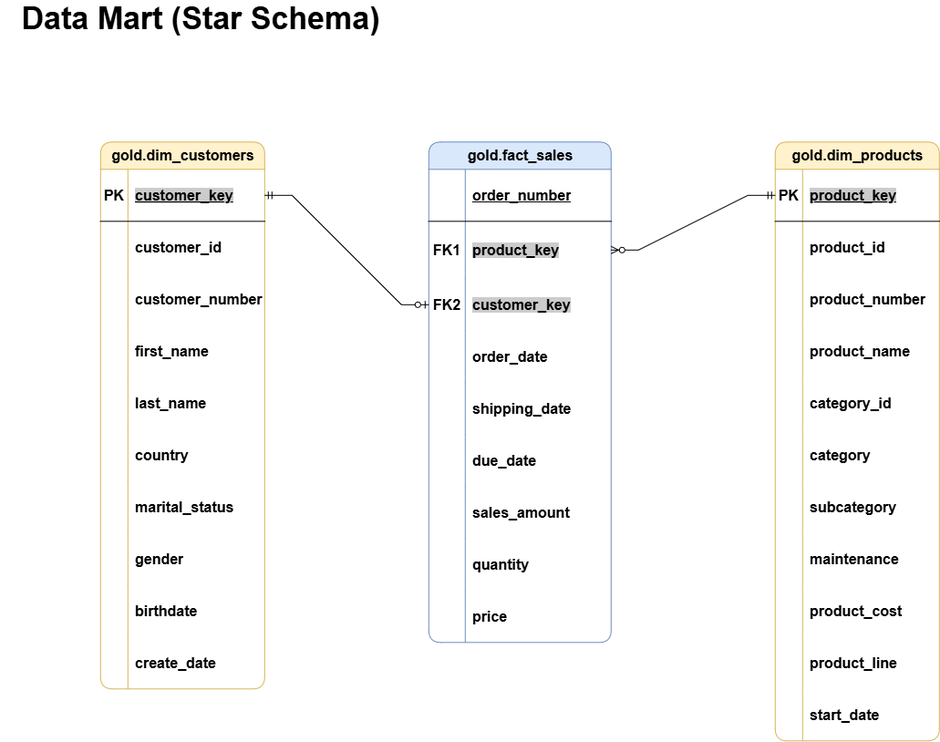
This is docs/data_model.png from SerhatYoldoruk/sql-dwh-project, a draw.io export, as it was before one commit. Source tidied: cells renumbered, new cells last; positions are measured from the earlier drawing's top-left corner, leaving out a move shared by most shapes.
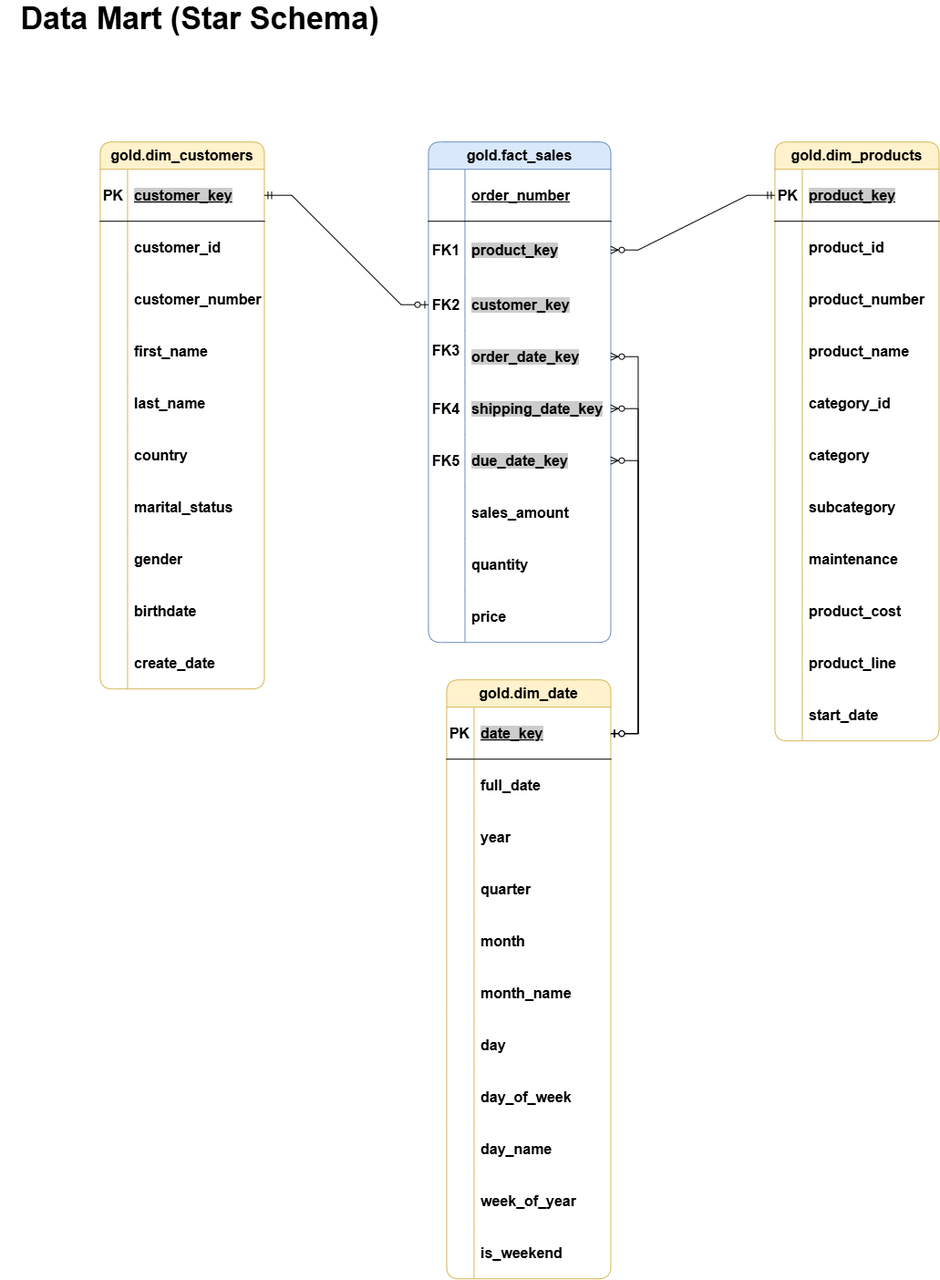
The same file after the commit.

Commit message:
Add dim_date role-playing dimension and wire fact_sales date keys

The edit, as a diff of the source:
```diff
@@ -1,8 +1,8 @@
-<mxGraphModel>
+<mxGraphModel background="light-dark(#ffffff, #121212)">
   <root>
     <mxCell id="0" />
     <mxCell id="1" parent="0" />
-    <mxCell id="2" value="gold.dim_customers" style="shape=table;startSize=30;rowLines=0;fontStyle=1;align=center;html=1;fillColor=#fff2cc;strokeColor=#d6b656;fontSize=16;rounded=1;" parent="1" vertex="1">
+    <mxCell id="2" value="gold.dim_customers" style="shape=table;startSize=30;rowLines=0;fontStyle=1;align=center;html=1;fontSize=16;rounded=1;fillColor=#fff2cc;strokeColor=#d6b656;" parent="1" vertex="1">
       <mxGeometry x="110" y="150" width="180" height="600" as="geometry" />
     </mxCell>
     <mxCell id="3" style="shape=tableRow;horizontal=0;startSize=0;swimlaneHead=0;swimlaneBody=0;fillColor=none;points=[[0,0.5],[1,0.5]];portConstraint=eastwest;top=0;left=0;right=0;bottom=1;fontSize=16;" parent="2" vertex="1">
@@ -233,25 +233,25 @@
     <mxCell id="78" style="shape=partialRectangle;fillColor=none;top=0;left=0;bottom=0;right=0;overflow=hidden;whiteSpace=wrap;html=1;fontSize=16;" parent="77" vertex="1">
       <mxGeometry width="40" height="57" as="geometry" />
     </mxCell>
-    <mxCell id="79" value="order_date" style="shape=partialRectangle;fillColor=none;top=0;left=0;bottom=0;right=0;align=left;spacingLeft=6;overflow=hidden;whiteSpace=wrap;html=1;fontSize=16;fontStyle=1;" parent="77" vertex="1">
+    <mxCell id="79" value="&lt;span style=&quot;background-color: rgb(204, 204, 204);&quot;&gt;order_date_key&lt;/span&gt;" style="shape=partialRectangle;fillColor=none;top=0;left=0;bottom=0;right=0;align=left;spacingLeft=6;overflow=hidden;whiteSpace=wrap;html=1;fontSize=16;fontStyle=1;" parent="77" vertex="1">
       <mxGeometry x="40" width="160" height="57" as="geometry" />
     </mxCell>
     <mxCell id="80" style="shape=tableRow;horizontal=0;startSize=0;swimlaneHead=0;swimlaneBody=0;fillColor=none;points=[[0,0.5],[1,0.5]];portConstraint=eastwest;top=0;left=0;right=0;bottom=0;fontSize=16;" parent="67" vertex="1">
       <mxGeometry y="264" width="200" height="57" as="geometry" />
     </mxCell>
-    <mxCell id="81" style="shape=partialRectangle;fillColor=none;top=0;left=0;bottom=0;right=0;overflow=hidden;whiteSpace=wrap;html=1;fontSize=16;" parent="80" vertex="1">
+    <mxCell id="81" value="&lt;b&gt;FK4&lt;/b&gt;" style="shape=partialRectangle;fillColor=none;top=0;left=0;bottom=0;right=0;overflow=hidden;whiteSpace=wrap;html=1;fontSize=16;" parent="80" vertex="1">
       <mxGeometry width="40" height="57" as="geometry" />
     </mxCell>
-    <mxCell id="82" value="shipping_date" style="shape=partialRectangle;fillColor=none;top=0;left=0;bottom=0;right=0;align=left;spacingLeft=6;overflow=hidden;whiteSpace=wrap;html=1;fontSize=16;fontStyle=1;" parent="80" vertex="1">
+    <mxCell id="82" value="&lt;span style=&quot;background-color: rgb(204, 204, 204);&quot;&gt;shipping_date_key&lt;/span&gt;" style="shape=partialRectangle;fillColor=none;top=0;left=0;bottom=0;right=0;align=left;spacingLeft=6;overflow=hidden;whiteSpace=wrap;html=1;fontSize=16;fontStyle=1;" parent="80" vertex="1">
       <mxGeometry x="40" width="160" height="57" as="geometry" />
     </mxCell>
     <mxCell id="83" style="shape=tableRow;horizontal=0;startSize=0;swimlaneHead=0;swimlaneBody=0;fillColor=none;points=[[0,0.5],[1,0.5]];portConstraint=eastwest;top=0;left=0;right=0;bottom=0;fontSize=16;" parent="67" vertex="1">
       <mxGeometry y="321" width="200" height="57" as="geometry" />
     </mxCell>
-    <mxCell id="84" style="shape=partialRectangle;fillColor=none;top=0;left=0;bottom=0;right=0;overflow=hidden;whiteSpace=wrap;html=1;fontSize=16;" parent="83" vertex="1">
+    <mxCell id="84" value="&lt;b&gt;FK5&lt;/b&gt;" style="shape=partialRectangle;fillColor=none;top=0;left=0;bottom=0;right=0;overflow=hidden;whiteSpace=wrap;html=1;fontSize=16;" parent="83" vertex="1">
       <mxGeometry width="40" height="57" as="geometry" />
     </mxCell>
-    <mxCell id="85" value="due_date" style="shape=partialRectangle;fillColor=none;top=0;left=0;bottom=0;right=0;align=left;spacingLeft=6;overflow=hidden;whiteSpace=wrap;html=1;fontSize=16;fontStyle=1;" parent="83" vertex="1">
+    <mxCell id="85" value="&lt;span style=&quot;background-color: rgb(204, 204, 204);&quot;&gt;due_date_key&lt;/span&gt;" style="shape=partialRectangle;fillColor=none;top=0;left=0;bottom=0;right=0;align=left;spacingLeft=6;overflow=hidden;whiteSpace=wrap;html=1;fontSize=16;fontStyle=1;" parent="83" vertex="1">
       <mxGeometry x="40" width="160" height="57" as="geometry" />
     </mxCell>
     <mxCell id="86" style="shape=tableRow;horizontal=0;startSize=0;swimlaneHead=0;swimlaneBody=0;fillColor=none;top=0;left=0;right=0;bottom=0;fontSize=16;" parent="67" vertex="1">
@@ -290,5 +290,125 @@
     <mxCell id="97" value="&lt;font style=&quot;font-size: 34px;&quot;&gt;&lt;b&gt;Data Mart (Star Schema)&lt;/b&gt;&lt;/font&gt;" style="text;html=1;whiteSpace=wrap;strokeColor=none;fillColor=none;align=center;verticalAlign=middle;rounded=0;" parent="1" vertex="1">
       <mxGeometry width="440" height="30" as="geometry" />
     </mxCell>
+    <mxCell id="98" value="gold.dim_date" style="shape=table;startSize=30;rowLines=0;fontStyle=1;align=center;html=1;fontSize=16;rounded=1;fillColor=#fff2cc;strokeColor=#d6b656;" parent="1" vertex="1">
+      <mxGeometry x="490" y="740" width="180" height="657" as="geometry" />
+    </mxCell>
+    <mxCell id="99" style="shape=tableRow;horizontal=0;startSize=0;swimlaneHead=0;swimlaneBody=0;fillColor=none;top=0;left=0;right=0;bottom=1;fontSize=16;" parent="98" vertex="1">
+      <mxGeometry y="30" width="180" height="57" as="geometry" />
+    </mxCell>
+    <mxCell id="100" value="PK" style="shape=partialRectangle;fillColor=none;top=0;left=0;bottom=0;right=0;fontStyle=1;overflow=hidden;whiteSpace=wrap;html=1;fontSize=16;" parent="99" vertex="1">
+      <mxGeometry width="30" height="57" as="geometry" />
+    </mxCell>
+    <mxCell id="101" value="&lt;span style=&quot;background-color: rgb(204, 204, 204);&quot;&gt;date_key&lt;/span&gt;" style="shape=partialRectangle;fillColor=none;top=0;left=0;bottom=0;right=0;align=left;spacingLeft=6;fontStyle=5;overflow=hidden;whiteSpace=wrap;html=1;fontSize=16;" parent="99" vertex="1">
+      <mxGeometry x="30" width="150" height="57" as="geometry" />
+    </mxCell>
+    <mxCell id="102" style="shape=tableRow;horizontal=0;startSize=0;swimlaneHead=0;swimlaneBody=0;fillColor=none;top=0;left=0;right=0;bottom=0;fontSize=16;" parent="98" vertex="1">
+      <mxGeometry y="87" width="180" height="57" as="geometry" />
+    </mxCell>
+    <mxCell id="103" style="shape=partialRectangle;fillColor=none;top=0;left=0;bottom=0;right=0;overflow=hidden;whiteSpace=wrap;html=1;fontSize=16;" parent="102" vertex="1">
+      <mxGeometry width="30" height="57" as="geometry" />
+    </mxCell>
+    <mxCell id="104" value="full_date" style="shape=partialRectangle;fillColor=none;top=0;left=0;bottom=0;right=0;align=left;spacingLeft=6;overflow=hidden;whiteSpace=wrap;html=1;fontSize=16;fontStyle=1;" parent="102" vertex="1">
+      <mxGeometry x="30" width="150" height="57" as="geometry" />
+    </mxCell>
+    <mxCell id="105" style="shape=tableRow;horizontal=0;startSize=0;swimlaneHead=0;swimlaneBody=0;fillColor=none;top=0;left=0;right=0;bottom=0;fontSize=16;" parent="98" vertex="1">
+      <mxGeometry y="144" width="180" height="57" as="geometry" />
+    </mxCell>
+    <mxCell id="106" style="shape=partialRectangle;fillColor=none;top=0;left=0;bottom=0;right=0;overflow=hidden;whiteSpace=wrap;html=1;fontSize=16;" parent="105" vertex="1">
+      <mxGeometry width="30" height="57" as="geometry" />
+    </mxCell>
+    <mxCell id="107" value="year" style="shape=partialRectangle;fillColor=none;top=0;left=0;bottom=0;right=0;align=left;spacingLeft=6;overflow=hidden;whiteSpace=wrap;html=1;fontSize=16;fontStyle=1;" parent="105" vertex="1">
+      <mxGeometry x="30" width="150" height="57" as="geometry" />
+    </mxCell>
+    <mxCell id="108" style="shape=tableRow;horizontal=0;startSize=0;swimlaneHead=0;swimlaneBody=0;fillColor=none;top=0;left=0;right=0;bottom=0;fontSize=16;" parent="98" vertex="1">
+      <mxGeometry y="201" width="180" height="57" as="geometry" />
+    </mxCell>
+    <mxCell id="109" style="shape=partialRectangle;fillColor=none;top=0;left=0;bottom=0;right=0;overflow=hidden;whiteSpace=wrap;html=1;fontSize=16;" parent="108" vertex="1">
+      <mxGeometry width="30" height="57" as="geometry" />
+    </mxCell>
+    <mxCell id="110" value="quarter" style="shape=partialRectangle;fillColor=none;top=0;left=0;bottom=0;right=0;align=left;spacingLeft=6;overflow=hidden;whiteSpace=wrap;html=1;fontSize=16;fontStyle=1;" parent="108" vertex="1">
+      <mxGeometry x="30" width="150" height="57" as="geometry" />
+    </mxCell>
+    <mxCell id="111" style="shape=tableRow;horizontal=0;startSize=0;swimlaneHead=0;swimlaneBody=0;fillColor=none;top=0;left=0;right=0;bottom=0;fontSize=16;" parent="98" vertex="1">
+      <mxGeometry y="258" width="180" height="57" as="geometry" />
+    </mxCell>
+    <mxCell id="112" style="shape=partialRectangle;fillColor=none;top=0;left=0;bottom=0;right=0;overflow=hidden;whiteSpace=wrap;html=1;fontSize=16;" parent="111" vertex="1">
+      <mxGeometry width="30" height="57" as="geometry" />
+    </mxCell>
+    <mxCell id="113" value="month" style="shape=partialRectangle;fillColor=none;top=0;left=0;bottom=0;right=0;align=left;spacingLeft=6;overflow=hidden;whiteSpace=wrap;html=1;fontSize=16;fontStyle=1;" parent="111" vertex="1">
+      <mxGeometry x="30" width="150" height="57" as="geometry" />
+    </mxCell>
+    <mxCell id="114" style="shape=tableRow;horizontal=0;startSize=0;swimlaneHead=0;swimlaneBody=0;fillColor=none;top=0;left=0;right=0;bottom=0;fontSize=16;" parent="98" vertex="1">
+      <mxGeometry y="315" width="180" height="57" as="geometry" />
+    </mxCell>
+    <mxCell id="115" style="shape=partialRectangle;fillColor=none;top=0;left=0;bottom=0;right=0;overflow=hidden;whiteSpace=wrap;html=1;fontSize=16;" parent="114" vertex="1">
+      <mxGeometry width="30" height="57" as="geometry" />
+    </mxCell>
+    <mxCell id="116" value="month_name" style="shape=partialRectangle;fillColor=none;top=0;left=0;bottom=0;right=0;align=left;spacingLeft=6;overflow=hidden;whiteSpace=wrap;html=1;fontSize=16;fontStyle=1;" parent="114" vertex="1">
+      <mxGeometry x="30" width="150" height="57" as="geometry" />
+    </mxCell>
+    <mxCell id="117" style="shape=tableRow;horizontal=0;startSize=0;swimlaneHead=0;swimlaneBody=0;fillColor=none;top=0;left=0;right=0;bottom=0;fontSize=16;" parent="98" vertex="1">
+      <mxGeometry y="372" width="180" height="57" as="geometry" />
+    </mxCell>
+    <mxCell id="118" style="shape=partialRectangle;fillColor=none;top=0;left=0;bottom=0;right=0;overflow=hidden;whiteSpace=wrap;html=1;fontSize=16;" parent="117" vertex="1">
+      <mxGeometry width="30" height="57" as="geometry" />
+    </mxCell>
+    <mxCell id="119" value="day" style="shape=partialRectangle;fillColor=none;top=0;left=0;bottom=0;right=0;align=left;spacingLeft=6;overflow=hidden;whiteSpace=wrap;html=1;fontSize=16;fontStyle=1;" parent="117" vertex="1">
+      <mxGeometry x="30" width="150" height="57" as="geometry" />
+    </mxCell>
+    <mxCell id="120" style="shape=tableRow;horizontal=0;startSize=0;swimlaneHead=0;swimlaneBody=0;fillColor=none;top=0;left=0;right=0;bottom=0;fontSize=16;" parent="98" vertex="1">
+      <mxGeometry y="429" width="180" height="57" as="geometry" />
+    </mxCell>
+    <mxCell id="121" style="shape=partialRectangle;fillColor=none;top=0;left=0;bottom=0;right=0;overflow=hidden;whiteSpace=wrap;html=1;fontSize=16;" parent="120" vertex="1">
+      <mxGeometry width="30" height="57" as="geometry" />
+    </mxCell>
+    <mxCell id="122" value="day_of_week" style="shape=partialRectangle;fillColor=none;top=0;left=0;bottom=0;right=0;align=left;spacingLeft=6;overflow=hidden;whiteSpace=wrap;html=1;fontSize=16;fontStyle=1;" parent="120" vertex="1">
+      <mxGeometry x="30" width="150" height="57" as="geometry" />
+    </mxCell>
+    <mxCell id="123" style="shape=tableRow;horizontal=0;startSize=0;swimlaneHead=0;swimlaneBody=0;fillColor=none;top=0;left=0;right=0;bottom=0;fontSize=16;" parent="98" vertex="1">
+      <mxGeometry y="486" width="180" height="57" as="geometry" />
+    </mxCell>
+    <mxCell id="124" style="shape=partialRectangle;fillColor=none;top=0;left=0;bottom=0;right=0;overflow=hidden;whiteSpace=wrap;html=1;fontSize=16;" parent="123" vertex="1">
+      <mxGeometry width="30" height="57" as="geometry" />
+    </mxCell>
+    <mxCell id="125" value="day_name" style="shape=partialRectangle;fillColor=none;top=0;left=0;bottom=0;right=0;align=left;spacingLeft=6;overflow=hidden;whiteSpace=wrap;html=1;fontSize=16;fontStyle=1;" parent="123" vertex="1">
+      <mxGeometry x="30" width="150" height="57" as="geometry" />
+    </mxCell>
+    <mxCell id="126" style="shape=tableRow;horizontal=0;startSize=0;swimlaneHead=0;swimlaneBody=0;fillColor=none;top=0;left=0;right=0;bottom=0;fontSize=16;" parent="98" vertex="1">
+      <mxGeometry y="543" width="180" height="57" as="geometry" />
+    </mxCell>
+    <mxCell id="127" style="shape=partialRectangle;fillColor=none;top=0;left=0;bottom=0;right=0;overflow=hidden;whiteSpace=wrap;html=1;fontSize=16;" parent="126" vertex="1">
+      <mxGeometry width="30" height="57" as="geometry" />
+    </mxCell>
+    <mxCell id="128" value="week_of_year" style="shape=partialRectangle;fillColor=none;top=0;left=0;bottom=0;right=0;align=left;spacingLeft=6;overflow=hidden;whiteSpace=wrap;html=1;fontSize=16;fontStyle=1;" parent="126" vertex="1">
+      <mxGeometry x="30" width="150" height="57" as="geometry" />
+    </mxCell>
+    <mxCell id="129" style="shape=tableRow;horizontal=0;startSize=0;swimlaneHead=0;swimlaneBody=0;fillColor=none;top=0;left=0;right=0;bottom=0;fontSize=16;" parent="98" vertex="1">
+      <mxGeometry y="600" width="180" height="57" as="geometry" />
+    </mxCell>
+    <mxCell id="130" style="shape=partialRectangle;fillColor=none;top=0;left=0;bottom=0;right=0;overflow=hidden;whiteSpace=wrap;html=1;fontSize=16;" parent="129" vertex="1">
+      <mxGeometry width="30" height="57" as="geometry" />
+    </mxCell>
+    <mxCell id="131" value="is_weekend" style="shape=partialRectangle;fillColor=none;top=0;left=0;bottom=0;right=0;align=left;spacingLeft=6;overflow=hidden;whiteSpace=wrap;html=1;fontSize=16;fontStyle=1;" parent="129" vertex="1">
+      <mxGeometry x="30" width="150" height="57" as="geometry" />
+    </mxCell>
+    <mxCell id="132" value="FK3" style="shape=partialRectangle;fillColor=none;top=0;left=0;bottom=0;right=0;overflow=hidden;whiteSpace=wrap;html=1;fontSize=16;fontStyle=1;" parent="1" vertex="1">
+      <mxGeometry x="470" y="350" width="40" height="57" as="geometry" />
+    </mxCell>
+    <mxCell id="133" style="edgeStyle=entityRelationEdgeStyle;fontSize=12;html=1;endArrow=ERzeroToMany;startArrow=ERzeroToOne;rounded=0;strokeColor=default;align=center;verticalAlign=middle;fontFamily=Helvetica;fontColor=default;labelBackgroundColor=default;entryX=1;entryY=0.5;entryDx=0;entryDy=0;" parent="1" edge="1" target="77">
+      <mxGeometry relative="1" as="geometry">
+        <mxPoint x="670" y="799" as="sourcePoint" />
+      </mxGeometry>
+    </mxCell>
+    <mxCell id="134" style="edgeStyle=entityRelationEdgeStyle;fontSize=12;html=1;endArrow=ERzeroToMany;startArrow=ERzeroToOne;rounded=0;strokeColor=default;align=center;verticalAlign=middle;fontFamily=Helvetica;fontColor=default;labelBackgroundColor=default;entryX=1;entryY=0.5;entryDx=0;entryDy=0;" parent="1" edge="1" target="80">
+      <mxGeometry relative="1" as="geometry">
+        <mxPoint x="670" y="799" as="sourcePoint" />
+      </mxGeometry>
+    </mxCell>
+    <mxCell id="135" style="edgeStyle=entityRelationEdgeStyle;fontSize=12;html=1;endArrow=ERzeroToMany;startArrow=ERzeroToOne;rounded=0;strokeColor=default;align=center;verticalAlign=middle;fontFamily=Helvetica;fontColor=default;labelBackgroundColor=default;entryX=1;entryY=0.5;entryDx=0;entryDy=0;" parent="1" edge="1" target="83">
+      <mxGeometry relative="1" as="geometry">
+        <mxPoint x="670" y="799" as="sourcePoint" />
+      </mxGeometry>
+    </mxCell>
   </root>
 </mxGraphModel>
```
